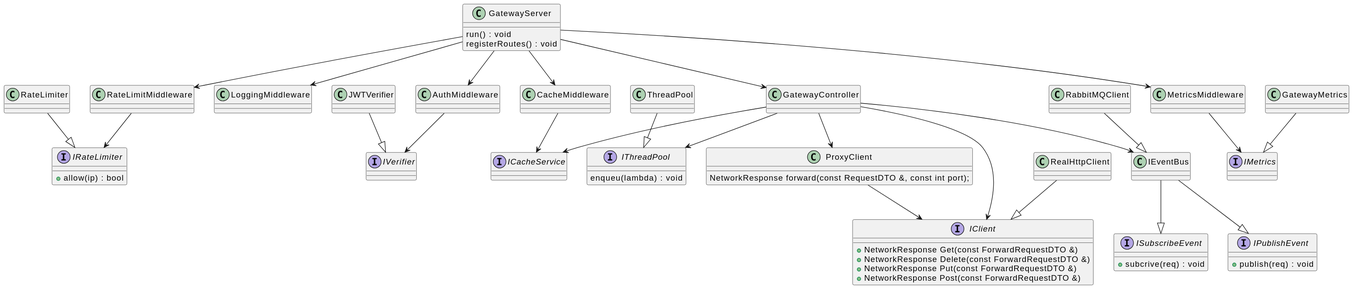
Before: architecture/services/gateway.svg, a diagram exported from PlantUML (Roma3214185/Messanger).
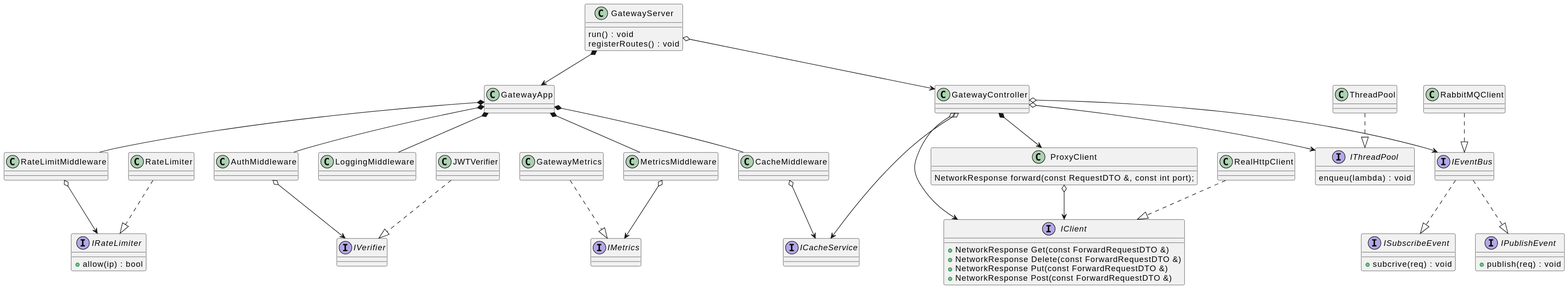
Above is the later version.

Commit message:
deploy: 4439b3157c9dc427b3d273da7d44aadef20a13ed

The edit, as a diff of the source:
```diff
@@ -34,37 +34,39 @@
 }
 
 interface ICacheService
+interface IEventBus
 
-RabbitMQClient --|> IEventBus
+RabbitMQClient ..|> IEventBus
 
-IEventBus --|> ISubscribeEvent
-IEventBus --|> IPublishEvent
-ThreadPool --|> IThreadPool
+IEventBus ..|> ISubscribeEvent
+IEventBus ..|> IPublishEvent
+ThreadPool ..|> IThreadPool
 
 
-GatewayServer --> LoggingMiddleware
-GatewayServer --> RateLimitMiddleware
-GatewayServer --> MetricsMiddleware
-GatewayServer --> AuthMiddleware
-GatewayServer --> CacheMiddleware
-GatewayServer --> GatewayController
+GatewayApp *-- LoggingMiddleware
+GatewayApp *-- RateLimitMiddleware
+GatewayApp *-- MetricsMiddleware
+GatewayApp *-- AuthMiddleware
+GatewayApp *-- CacheMiddleware
+GatewayServer *--> GatewayApp
+GatewayServer o--> GatewayController
 
-GatewayController --> ICacheService
-GatewayController --> IThreadPool
-GatewayController --> IEventBus
-GatewayController --> ProxyClient
-GatewayController --> IClient
-ProxyClient --> IClient
+GatewayController o--> ICacheService
+GatewayController o--> IThreadPool
+GatewayController o--> IEventBus
+GatewayController *--> ProxyClient
+GatewayController o--> IClient
+ProxyClient o--> IClient
 
-AuthMiddleware --> IVerifier
-JWTVerifier --|> IVerifier
+AuthMiddleware o--> IVerifier
+JWTVerifier ..|> IVerifier
 
-CacheMiddleware --> ICacheService
-MetricsMiddleware --> IMetrics
-RateLimitMiddleware --> IRateLimiter
+CacheMiddleware o--> ICacheService
+MetricsMiddleware o--> IMetrics
+RateLimitMiddleware o--> IRateLimiter
 
 
-GatewayMetrics --|> IMetrics
-RateLimiter --|> IRateLimiter
-RealHttpClient --|> IClient
+GatewayMetrics ..|> IMetrics
+RateLimiter ..|> IRateLimiter
+RealHttpClient ..|> IClient
 @enduml
```
